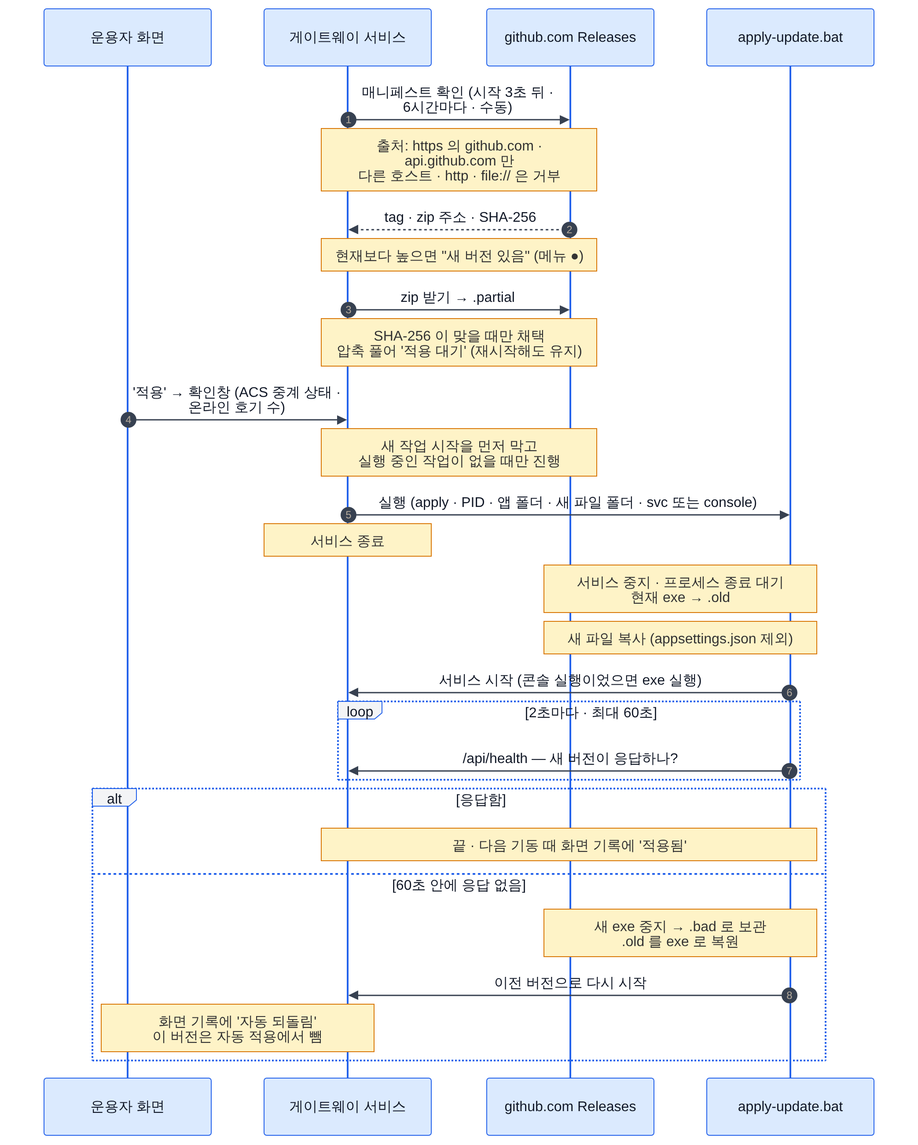
Before: docs/images/diagrams/self-update-seq.png, a diagram exported from Mermaid (Leepy0/AGV_FOTA_GATEWAY). Its source is kept beside it as docs/diagrams/self-update-seq.mmd.
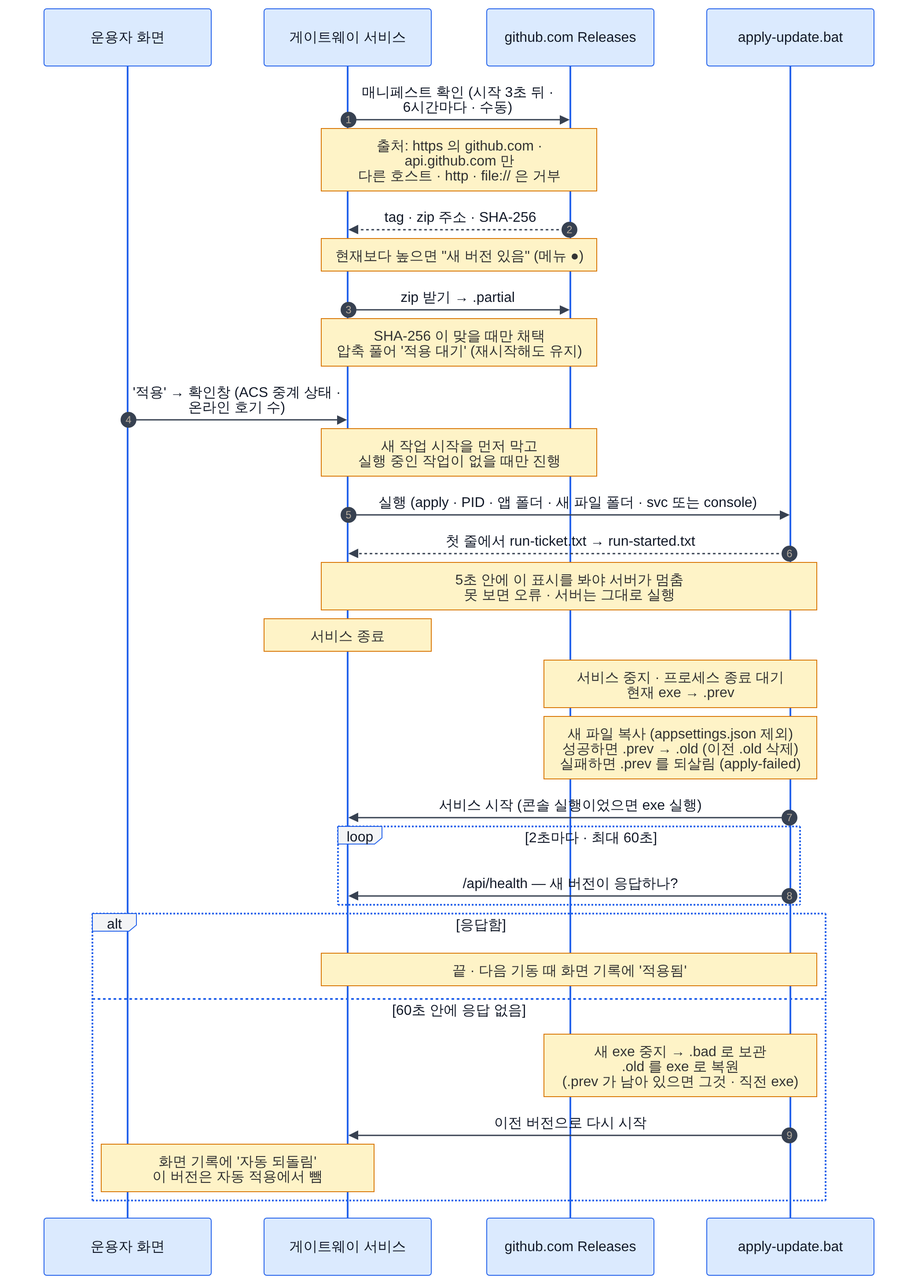
After the commit.

Diff of the diagram source:
```diff
@@ -14,9 +14,11 @@
   OP->>SV: '적용' → 확인창 (ACS 중계 상태 · 온라인 호기 수)
   Note over SV,GH: 새 작업 시작을 먼저 막고<br/>실행 중인 작업이 없을 때만 진행
   SV->>BAT: 실행 (apply · PID · 앱 폴더 · 새 파일 폴더 · svc 또는 console)
+  BAT-->>SV: 첫 줄에서 run-ticket.txt → run-started.txt
+  Note over SV,BAT: 5초 안에 이 표시를 봐야 서버가 멈춤<br/>못 보면 오류 · 서버는 그대로 실행
   Note over SV: 서비스 종료
-  Note over GH,BAT: 서비스 중지 · 프로세스 종료 대기<br/>현재 exe → .old
-  Note over GH,BAT: 새 파일 복사 (appsettings.json 제외)
+  Note over GH,BAT: 서비스 중지 · 프로세스 종료 대기<br/>현재 exe → .prev
+  Note over GH,BAT: 새 파일 복사 (appsettings.json 제외)<br/>성공하면 .prev → .old (이전 .old 삭제)<br/>실패하면 .prev 를 되살림 (apply-failed)
   BAT->>SV: 서비스 시작 (콘솔 실행이었으면 exe 실행)
   loop 2초마다 · 최대 60초
     BAT->>SV: /api/health — 새 버전이 응답하나?
@@ -24,7 +26,7 @@
   alt 응답함
     Note over BAT,SV: 끝 · 다음 기동 때 화면 기록에 '적용됨'
   else 60초 안에 응답 없음
-    Note over GH,BAT: 새 exe 중지 → .bad 로 보관<br/>.old 를 exe 로 복원
+    Note over GH,BAT: 새 exe 중지 → .bad 로 보관<br/>.old 를 exe 로 복원<br/>(.prev 가 남아 있으면 그것 · 직전 exe)
     BAT->>SV: 이전 버전으로 다시 시작
     Note over OP,SV: 화면 기록에 '자동 되돌림'<br/>이 버전은 자동 적용에서 뺌
   end
```
